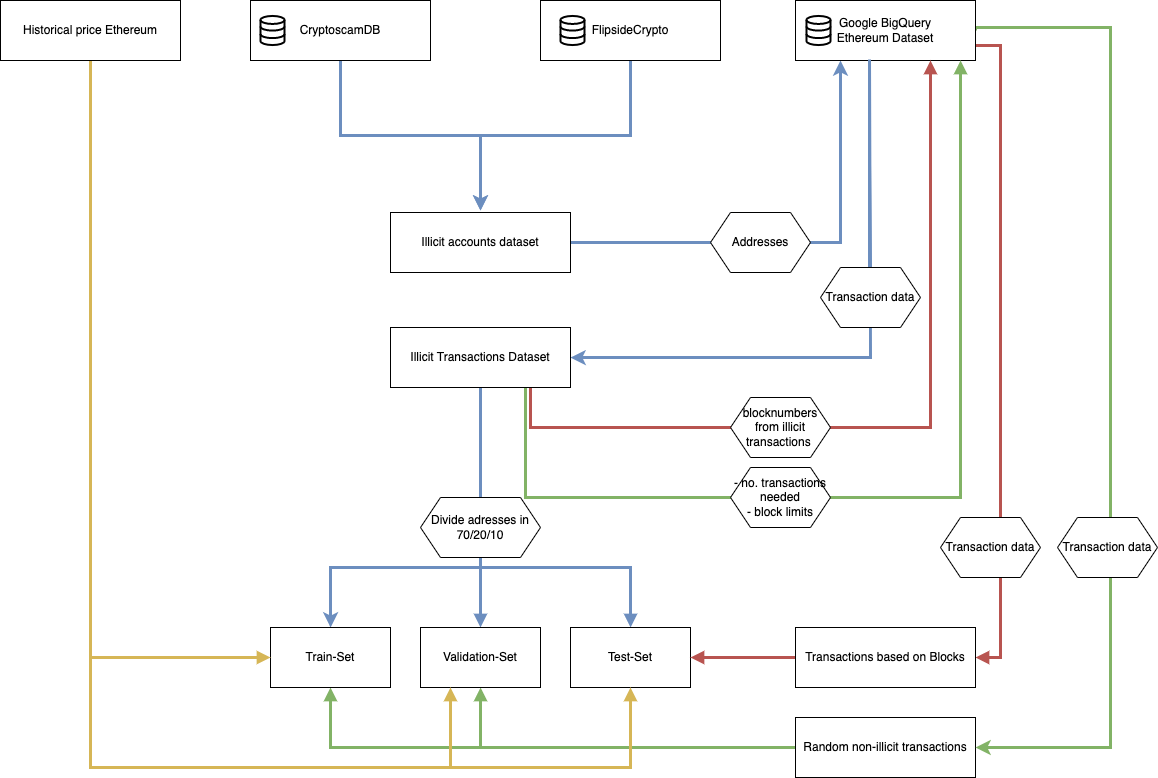
Above: Untitled Diagram.drawio.png in erreep/ethereumillicitdetection (draw.io), before the change. Source tidied: cells renumbered, new cells last; positions are measured from the earlier drawing's top-left corner, leaving out a move shared by most shapes.
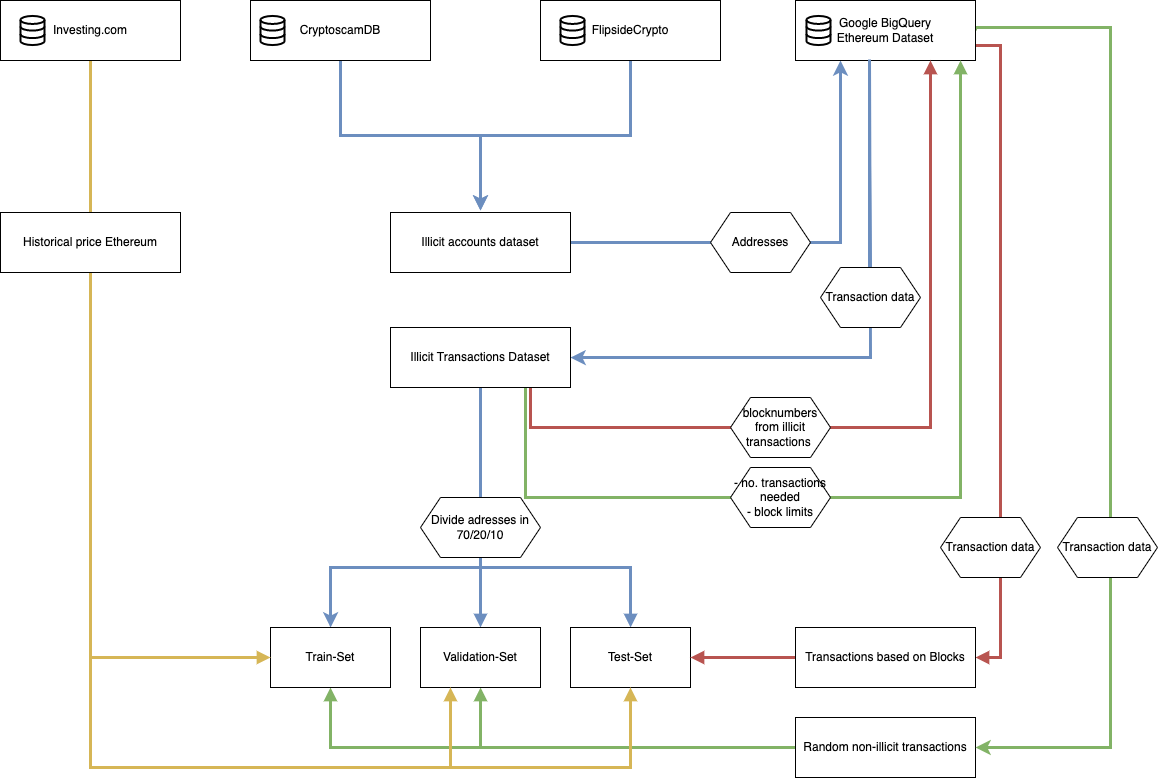
After the commit.

Diff of the diagram source:
```diff
@@ -184,8 +184,14 @@
         </Array>
       </mxGeometry>
     </mxCell>
-    <mxCell id="42" value="Historical price Ethereum" style="rounded=0;whiteSpace=wrap;html=1;" parent="1" vertex="1">
+    <mxCell id="42" value="Investing.com" style="rounded=0;whiteSpace=wrap;html=1;" parent="1" vertex="1">
       <mxGeometry width="180" height="60" as="geometry" />
     </mxCell>
+    <mxCell id="43" value="Historical price Ethereum" style="rounded=0;whiteSpace=wrap;html=1;" parent="1" vertex="1">
+      <mxGeometry y="212" width="180" height="60" as="geometry" />
+    </mxCell>
+    <mxCell id="44" style="html=1;verticalLabelPosition=bottom;align=center;labelBackgroundColor=#ffffff;verticalAlign=top;strokeWidth=2;strokeColor=#000000;shadow=0;dashed=0;shape=mxgraph.ios7.icons.data;" parent="1" vertex="1">
+      <mxGeometry x="20" y="15.4" width="24" height="29.1" as="geometry" />
+    </mxCell>
   </root>
 </mxGraphModel>
```
